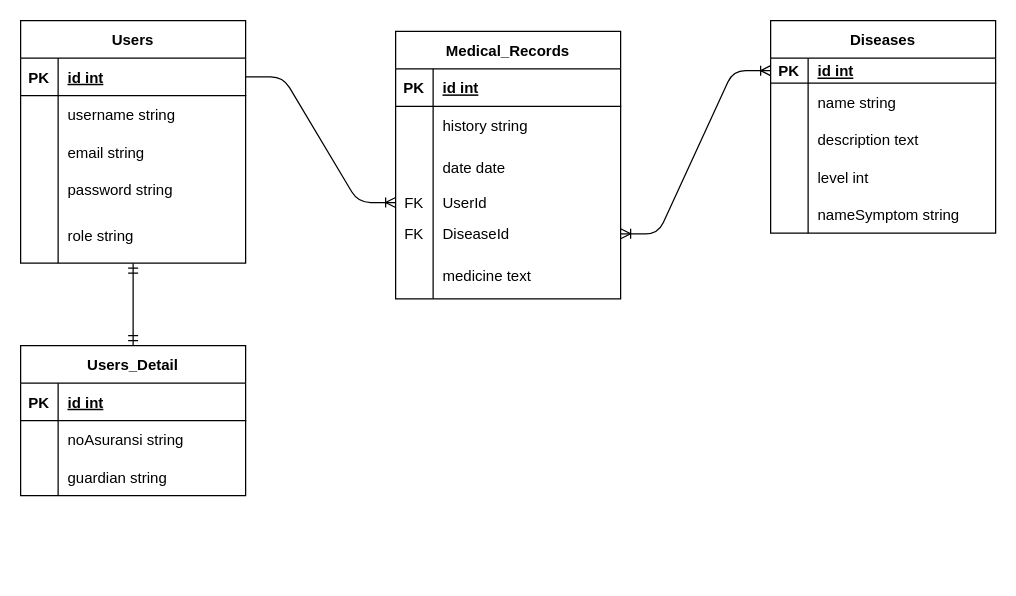
Above: ERD.drawio in yehezkielt/phase1project (draw.io), before the change. Source tidied: cells renumbered, new cells numbered last; positions are measured from the earlier drawing's top-left corner, leaving out a move shared by most shapes. Both pictures are drawn from the tidied source at 125%, with x=0, y=0 at pixel (20, 20).
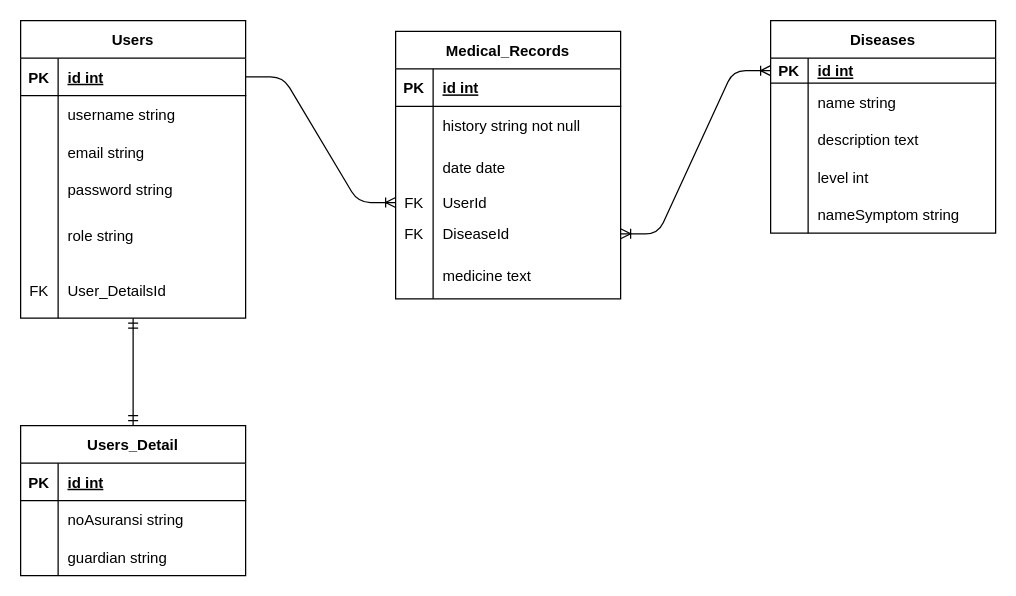
The same page after the edit.

The change refers to these unchanged cells:
```xml
<mxCell id="39" style="shape=tableRow;horizontal=0;startSize=0;swimlaneHead=0;swimlaneBody=0;fillColor=none;top=0;left=0;right=0;bottom=0;" parent="35" vertex="1">
  <mxGeometry y="60" width="180" height="30" as="geometry" />
</mxCell>
```

Diff of the diagram source:
```diff
@@
     <mxCell id="3" value="Users" style="shape=table;startSize=30;childLayout=tableLayout;rowLines=0;fontStyle=1;align=center;" parent="1" vertex="1">
-      <mxGeometry width="180" height="194" as="geometry" />
+      <mxGeometry width="180" height="238" as="geometry" />
     </mxCell>
@@
+    <mxCell id="66" style="shape=tableRow;horizontal=0;startSize=0;swimlaneHead=0;swimlaneBody=0;fillColor=none;top=0;left=0;right=0;bottom=0;" parent="3" vertex="1">
+      <mxGeometry y="194" width="180" height="44" as="geometry" />
+    </mxCell>
+    <mxCell id="67" value="FK" style="shape=partialRectangle;fillColor=none;top=0;left=0;bottom=0;right=0;overflow=hidden;" parent="66" vertex="1">
+      <mxGeometry width="30" height="44" as="geometry" />
+    </mxCell>
+    <mxCell id="68" value="User_DetailsId" style="shape=partialRectangle;fillColor=none;top=0;left=0;bottom=0;right=0;align=left;spacingLeft=6;overflow=hidden;" parent="66" vertex="1">
+      <mxGeometry x="30" width="150" height="44" as="geometry" />
+    </mxCell>
@@
-    <mxCell id="41" value="history string" style="shape=partialRectangle;fillColor=none;top=0;left=0;bottom=0;right=0;align=left;spacingLeft=6;overflow=hidden;" parent="39" vertex="1">
+    <mxCell id="41" value="history string not null" style="shape=partialRectangle;fillColor=none;top=0;left=0;bottom=0;right=0;align=left;spacingLeft=6;overflow=hidden;" parent="39" vertex="1">
       <mxGeometry x="30" width="150" height="30" as="geometry" />
     </mxCell>
@@
     <mxCell id="54" value="Users_Detail" style="shape=table;startSize=30;childLayout=tableLayout;rowLines=0;fontStyle=1;align=center;" parent="1" vertex="1">
-      <mxGeometry y="260" width="180" height="120" as="geometry" />
+      <mxGeometry y="324" width="180" height="120" as="geometry" />
     </mxCell>
```
